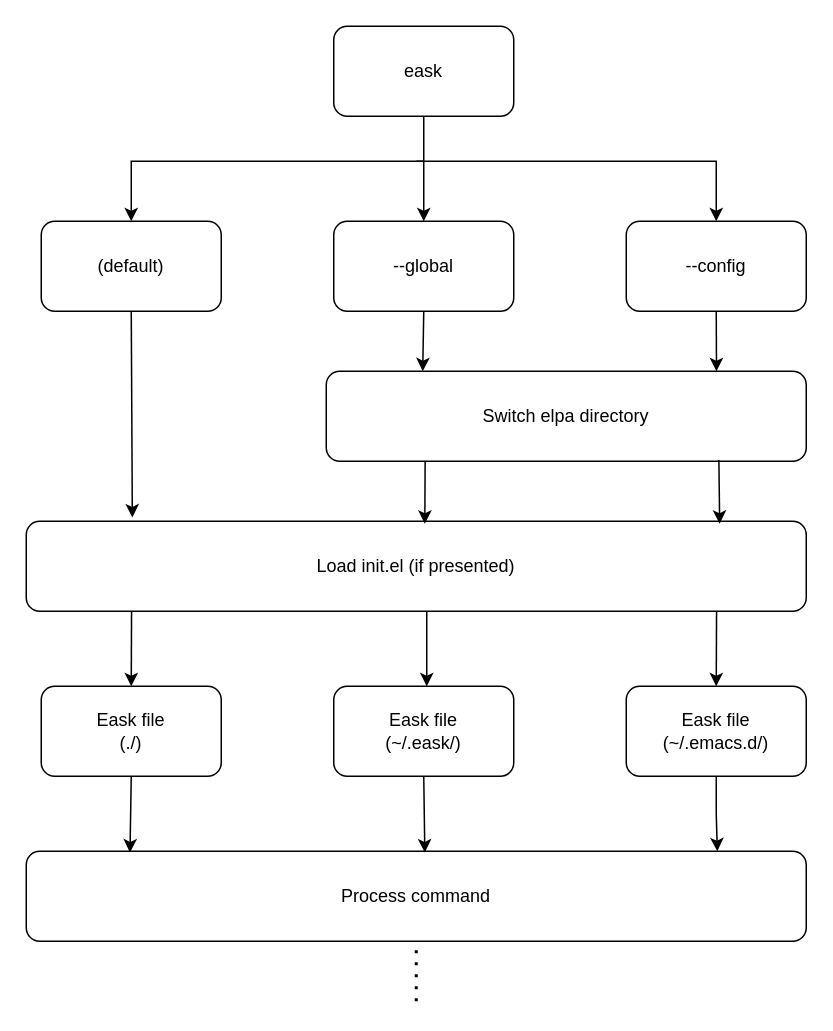
Before: docs/etc/scopes.drawio in emacs-eask/cli, a draw.io diagram. Source tidied: cells renumbered, new cells numbered last; positions are measured from the earlier drawing's top-left corner, leaving out a move shared by most shapes. Both pictures are drawn from the tidied source at 150%, with x=0, y=0 at pixel (26, 26).
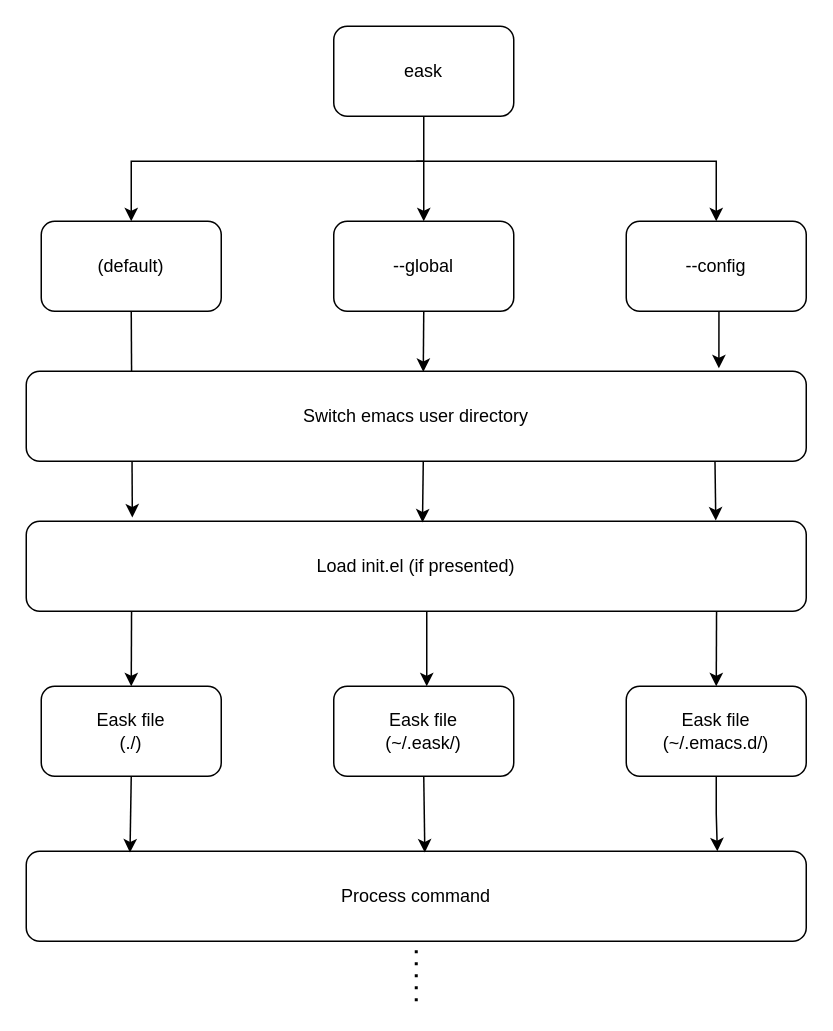
Above is the later version.

Unchanged cells that the change refers to:
```xml
<mxCell id="5" value="--config" style="rounded=1;whiteSpace=wrap;html=1;" parent="1" vertex="1">
  <mxGeometry x="400" y="130" width="120" height="60" as="geometry" />
</mxCell>
<mxCell id="8" value="--global" style="rounded=1;whiteSpace=wrap;html=1;" parent="1" vertex="1">
  <mxGeometry x="205" y="130" width="120" height="60" as="geometry" />
</mxCell>
<mxCell id="12" value="Load init.el (if presented)" style="rounded=1;whiteSpace=wrap;html=1;" parent="1" vertex="1">
  <mxGeometry y="330" width="520" height="60" as="geometry" />
</mxCell>
```

Diff of the diagram source:
```diff
@@
+    <mxCell id="14" style="edgeStyle=orthogonalEdgeStyle;rounded=0;jettySize=auto;html=1;exitX=0.5;exitY=1;exitDx=0;exitDy=0;entryX=0.888;entryY=-0.033;entryDx=0;entryDy=0;entryPerimeter=0;" parent="1" edge="1" source="5" target="15">
+      <mxGeometry relative="1" as="geometry" />
+    </mxCell>
@@
-    <mxCell id="13" style="endArrow=classic;html=1;rounded=0;exitX=0.5;exitY=1;exitDx=0;exitDy=0;entryX=0.201;entryY=0;entryDx=0;entryDy=0;entryPerimeter=0;" parent="1" edge="1" source="8" target="15">
-      <mxGeometry relative="1" as="geometry" />
-    </mxCell>
-    <mxCell id="14" style="endArrow=classic;html=1;rounded=0;exitX=0.5;exitY=1;exitDx=0;exitDy=0;entryX=0.813;entryY=0;entryDx=0;entryDy=0;entryPerimeter=0;" parent="1" edge="1" source="5" target="15">
-      <mxGeometry relative="1" as="geometry" />
-    </mxCell>
-    <mxCell id="15" value="Switch elpa directory" style="rounded=1;whiteSpace=wrap;html=1;" parent="1" vertex="1">
-      <mxGeometry x="200" y="230" width="320" height="60" as="geometry" />
+    <mxCell id="15" value="Switch emacs user directory" style="rounded=1;whiteSpace=wrap;html=1;" parent="1" vertex="1">
+      <mxGeometry y="230" width="520" height="60" as="geometry" />
     </mxCell>
-    <mxCell id="16" style="endArrow=classic;html=1;rounded=0;entryX=0.511;entryY=0.028;entryDx=0;entryDy=0;entryPerimeter=0;exitX=0.206;exitY=1;exitDx=0;exitDy=0;exitPerimeter=0;" parent="1" edge="1" source="15" target="12">
-      <mxGeometry relative="1" as="geometry" />
-    </mxCell>
-    <mxCell id="17" style="endArrow=classic;html=1;rounded=0;entryX=0.889;entryY=0.028;entryDx=0;entryDy=0;entryPerimeter=0;exitX=0.818;exitY=0.986;exitDx=0;exitDy=0;exitPerimeter=0;" parent="1" edge="1" source="15" target="12">
-      <mxGeometry relative="1" as="geometry" />
-    </mxCell>
@@
+    <mxCell id="27" style="endArrow=classic;html=1;rounded=0;entryX=0.508;entryY=0.013;entryDx=0;entryDy=0;entryPerimeter=0;exitX=0.509;exitY=1.007;exitDx=0;exitDy=0;exitPerimeter=0;" parent="1" edge="1" source="15" target="12">
+      <mxGeometry relative="1" as="geometry" />
+    </mxCell>
+    <mxCell id="28" style="endArrow=classic;html=1;rounded=0;entryX=0.884;entryY=-0.008;entryDx=0;entryDy=0;entryPerimeter=0;exitX=0.883;exitY=1;exitDx=0;exitDy=0;exitPerimeter=0;" parent="1" edge="1" source="15" target="12">
+      <mxGeometry relative="1" as="geometry" />
+    </mxCell>
+    <mxCell id="13" style="endArrow=classic;html=1;rounded=0;entryX=0.509;entryY=0.007;entryDx=0;entryDy=0;entryPerimeter=0;exitX=0.5;exitY=1;exitDx=0;exitDy=0;" parent="1" edge="1" source="8" target="15">
+      <mxGeometry relative="1" as="geometry" />
+    </mxCell>
```
